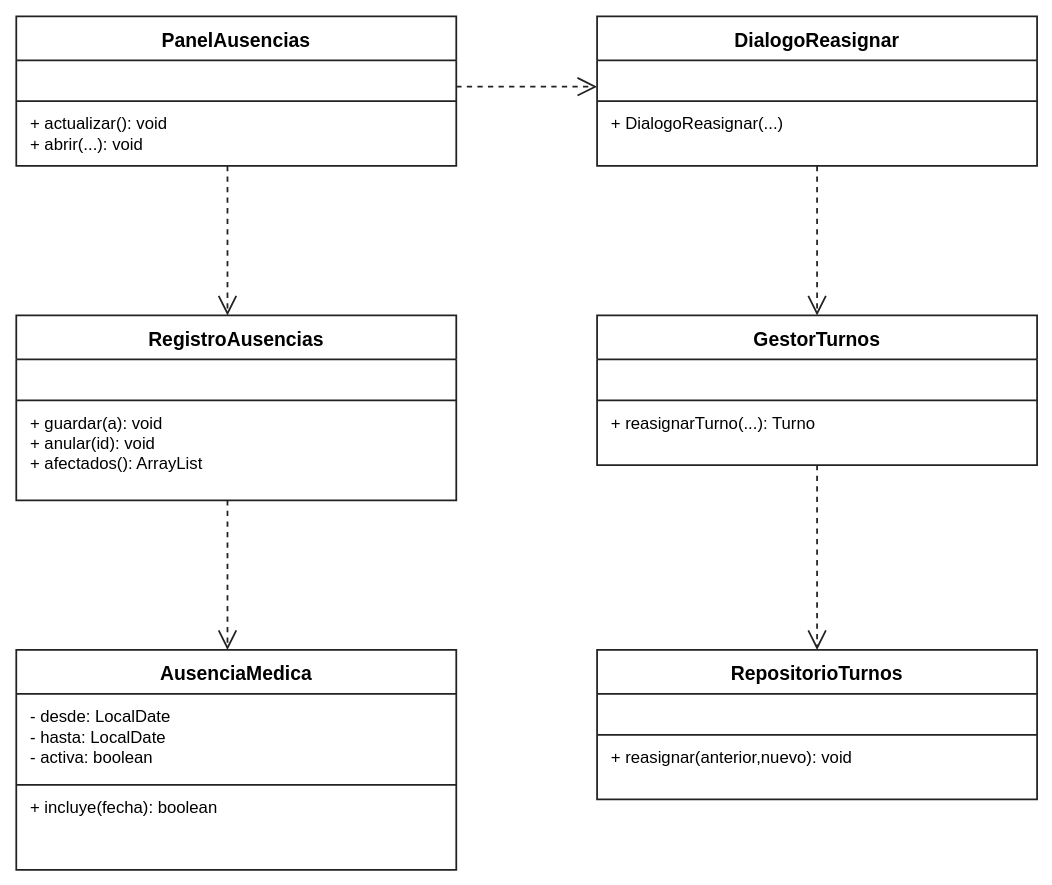
coedomaximiliano/UADE-POO-2026-2 keeps this draw.io diagram as page "Ausencias y reasignacion" (11 of 18) of TRABAJOS PRACTICOS/Trabajo final Grupo 7/Entrega final - SQL Server/TP_Clinica_4.0.drawio. Above is the earlier version. Source tidied: cells renumbered, new cells numbered last; positions are measured from the earlier drawing's top-left corner, leaving out a move shared by most shapes. Both pictures are drawn from the tidied source at 88%, with x=0, y=0 at pixel (16, 16).
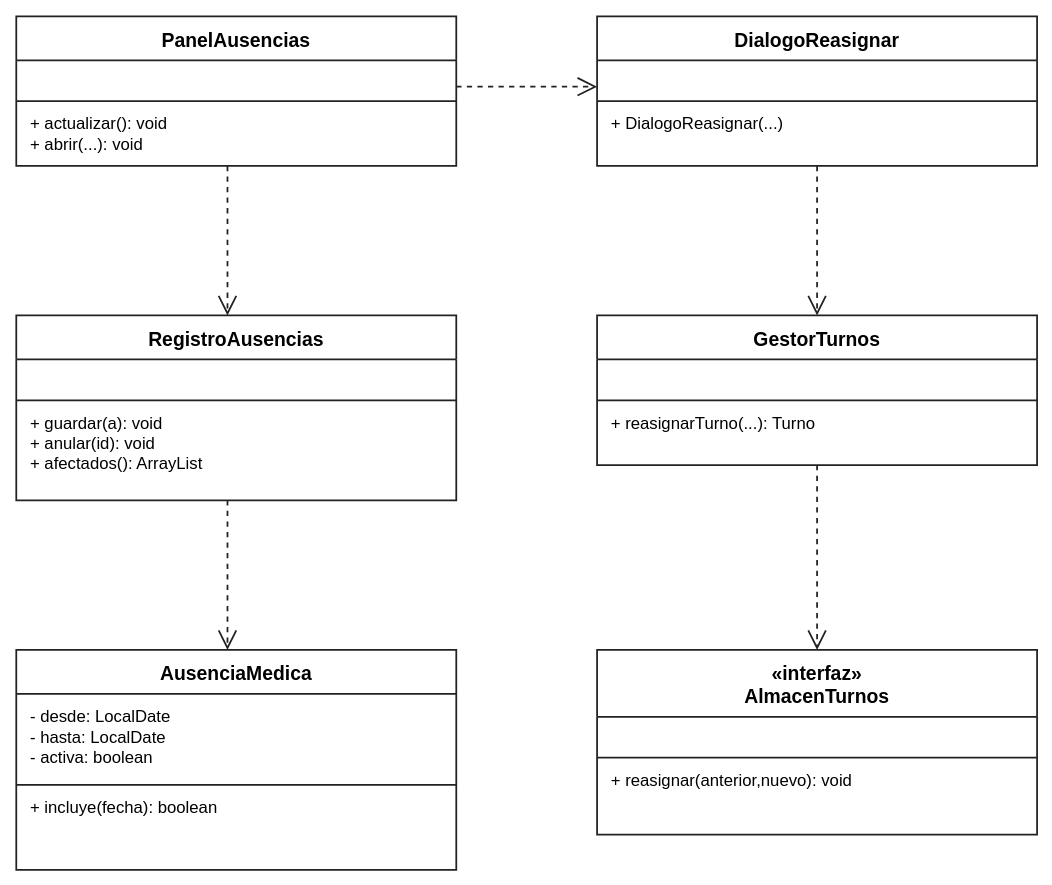
The same diagram, later.

What changed in the source:
```diff
@@
-    <mxCell id="18" value="RepositorioTurnos" style="swimlane;html=0;startSize=50;horizontal=1;fillColor=#ffffff;swimlaneFillColor=#ffffff;strokeColor=#222222;strokeWidth=2;fontSize=22;fontFamily=Arial;fontStyle=1;align=center;" parent="1" vertex="1">
-      <mxGeometry x="660" y="720" width="500" height="170" as="geometry" />
+    <mxCell id="18" value="«interfaz»&#10;AlmacenTurnos" style="swimlane;html=0;startSize=76;horizontal=1;fillColor=#ffffff;swimlaneFillColor=#ffffff;strokeColor=#222222;strokeWidth=2;fontSize=22;fontFamily=Arial;fontStyle=1;align=center;" parent="1" vertex="1">
+      <mxGeometry x="660" y="720" width="500" height="210" as="geometry" />
     </mxCell>
     <mxCell id="19" value="+ reasignar(anterior,nuevo): void" style="text;html=0;align=left;verticalAlign=top;spacingLeft=14;spacingTop=9;whiteSpace=wrap;fontSize=19;fontFamily=Arial;" parent="18" vertex="1">
-      <mxGeometry y="96" width="500" height="74" as="geometry" />
+      <mxGeometry y="122" width="500" height="88" as="geometry" />
     </mxCell>
     <mxCell id="20" style="shape=line;strokeColor=#222222;strokeWidth=2;" parent="18" vertex="1">
-      <mxGeometry y="96" width="500" height="1" as="geometry" />
+      <mxGeometry y="122" width="500" height="1" as="geometry" />
     </mxCell>
```
